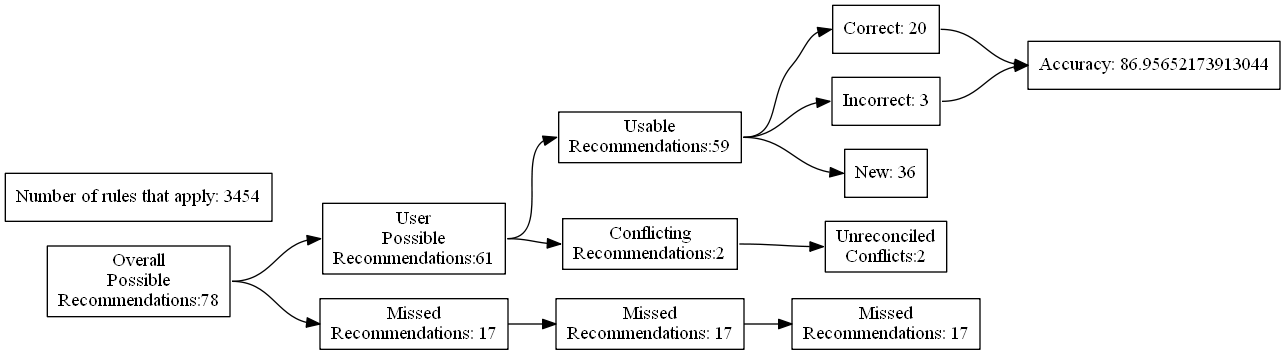
This is test_renders/36.gv.png from ZaxR/ibd_diet_analysis, a Graphviz export, as it was before one commit. Its source is kept beside it as test_renders/36.gv.
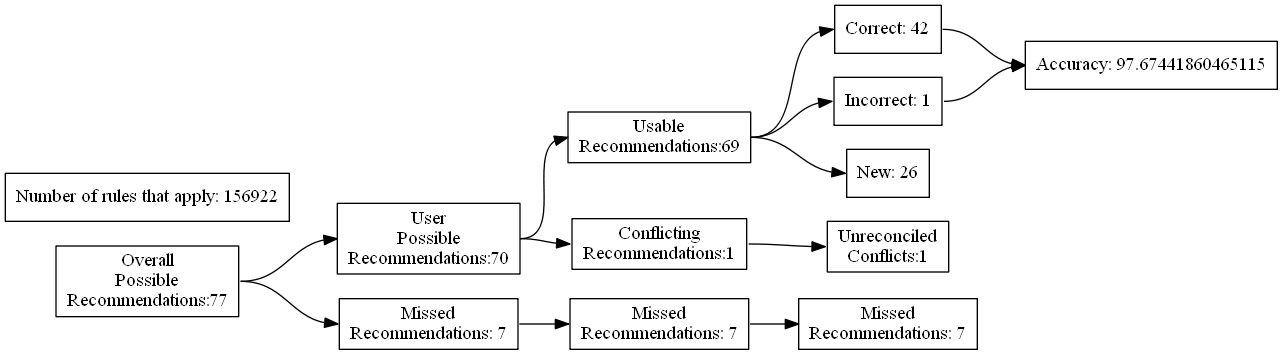
Above is the later version.

What changed in the source:
```diff
@@ -4,27 +4,27 @@
 	edge [headport=w tailport=e]
 		A [label="Overall
 Possible
-Recommendations:78"]
+Recommendations:77"]
 		B [label="User
 Possible
-Recommendations:61"]
+Recommendations:70"]
 		C [label="Missed
-Recommendations: 17"]
+Recommendations: 7"]
 		D [label="Usable
-Recommendations:59"]
+Recommendations:69"]
 		E [label="Conflicting
-Recommendations:2"]
+Recommendations:1"]
 		J [label="Missed
-Recommendations: 17"]
+Recommendations: 7"]
 		M [label="Unreconciled
-Conflicts:2"]
-		F [label="Correct: 20"]
-		G [label="Incorrect: 3"]
-		H [label="New: 36"]
+Conflicts:1"]
+		F [label="Correct: 42"]
+		G [label="Incorrect: 1"]
+		H [label="New: 26"]
 		K [label="Missed
-Recommendations: 17"]
-		I [label="Accuracy: 86.95652173913044"]
-		l [label="Number of rules that apply: 3454"]
+Recommendations: 7"]
+		I [label="Accuracy: 97.67441860465115"]
+		l [label="Number of rules that apply: 156922"]
 			A -> B
 			A -> C
 			B -> D
```
